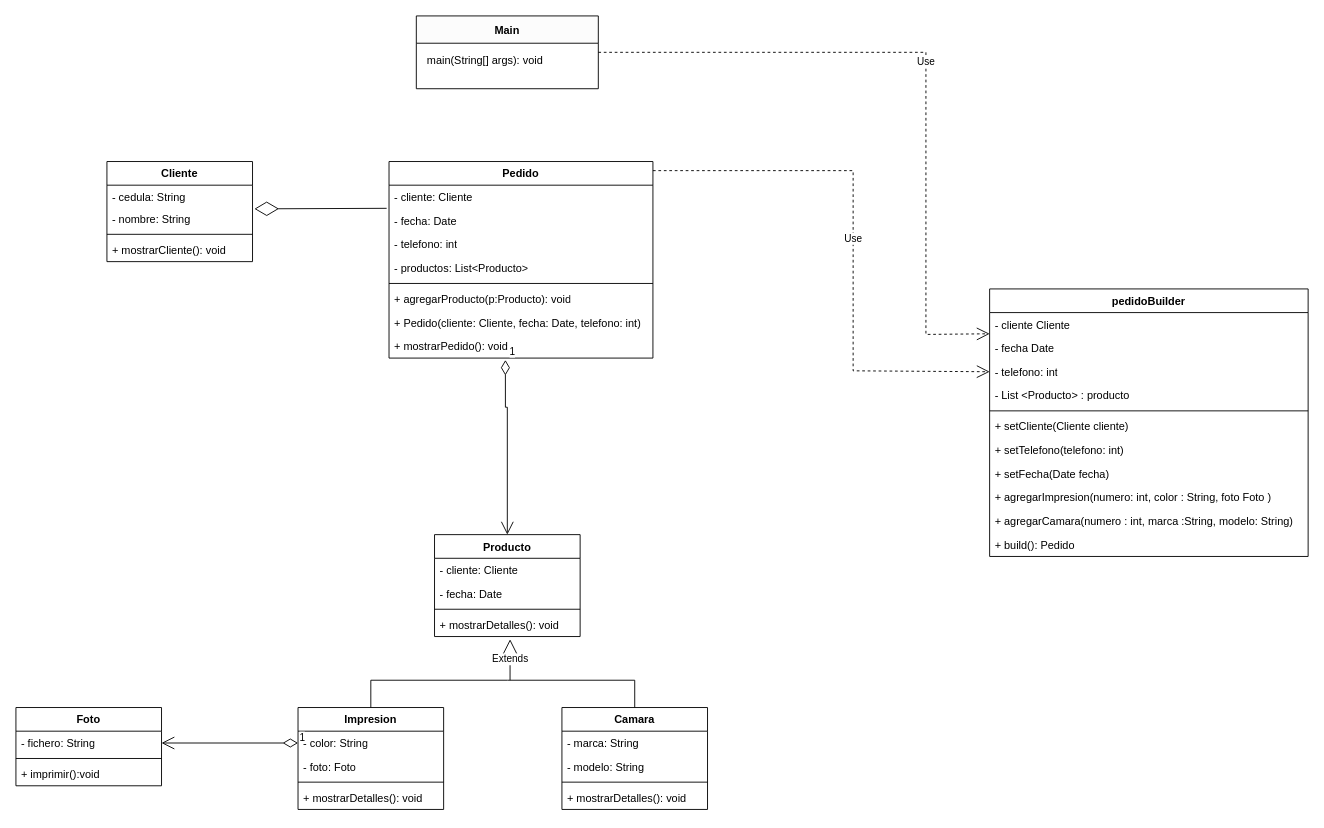
Before: APLICAR PATRONES DE DISEÑO.drawio in BelaIsBelaG/APLICAR-PATRONES-DE-DISE-O, a draw.io diagram. Source tidied: cells renumbered, new cells numbered last; positions are measured from the earlier drawing's top-left corner, leaving out a move shared by most shapes. Both pictures are drawn from the tidied source at 91%, with x=0, y=0 at pixel (15, 15).
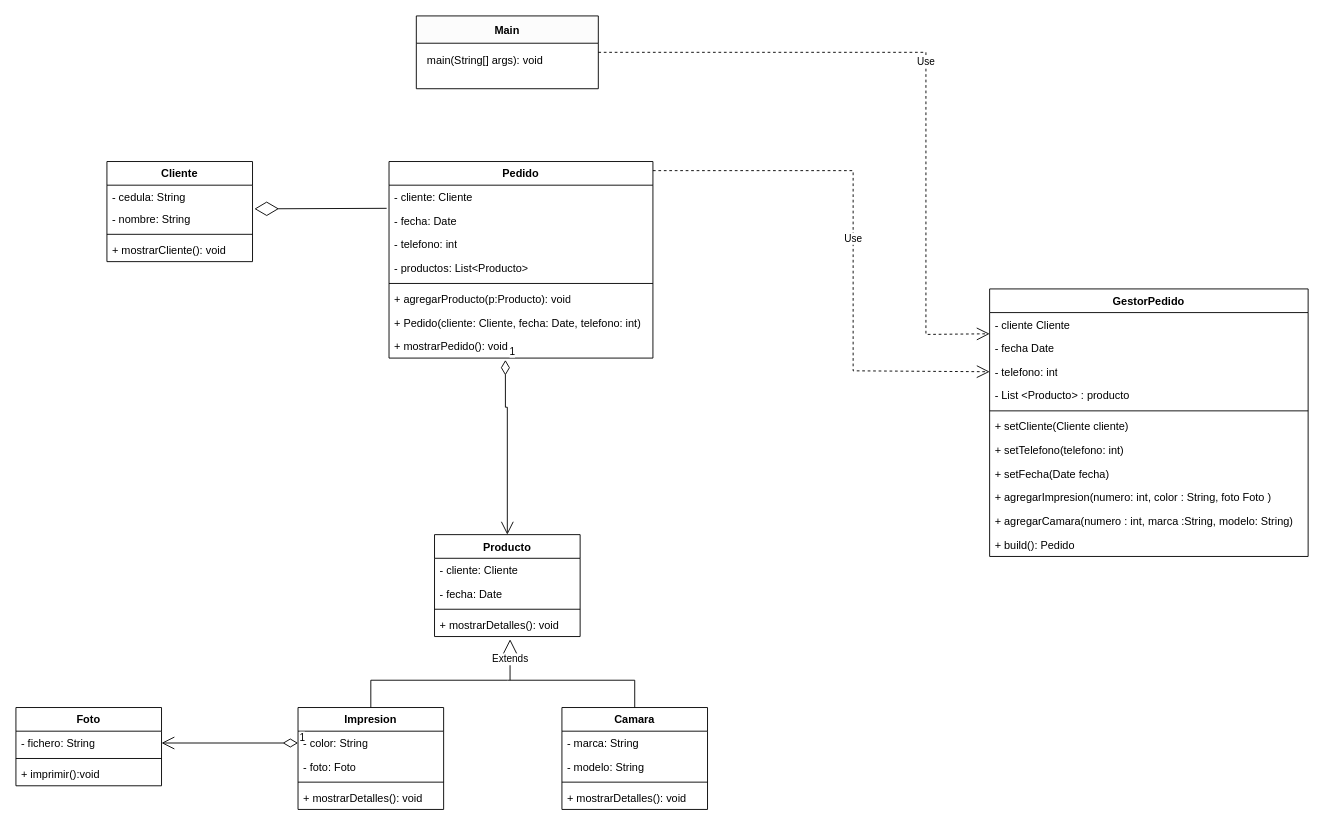
The same diagram, later.

The edit, as a diff of the source:
```diff
@@
-    <mxCell id="38" value="pedidoBuilder" style="swimlane;fontStyle=1;align=center;verticalAlign=top;horizontal=1;startSize=26;whiteSpace=wrap;html=1;" parent="1" vertex="1">
+    <mxCell id="38" value="GestorPedido" style="swimlane;fontStyle=1;align=center;verticalAlign=top;horizontal=1;startSize=26;whiteSpace=wrap;html=1;" parent="1" vertex="1">
       <mxGeometry x="1070" y="300" width="350" height="294" as="geometry" />
     </mxCell>
```
